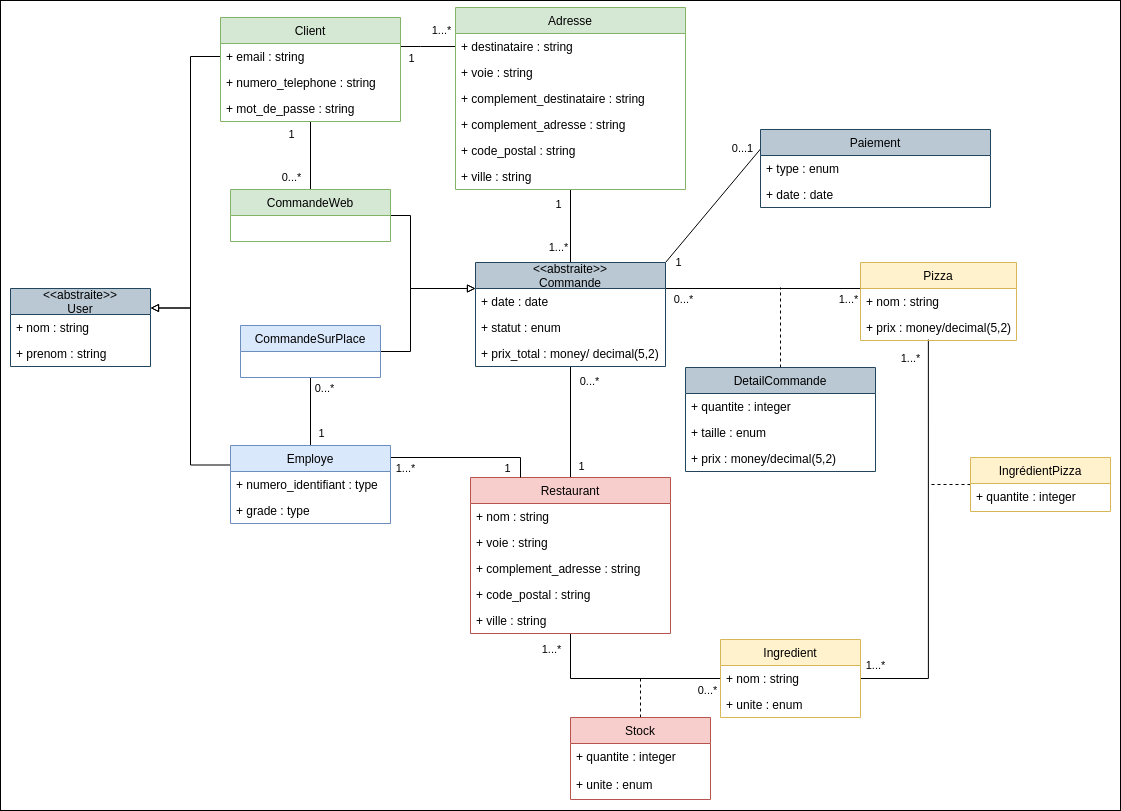
Above: P6_classe.png in micktymoon/P6_pelletier_c-line (draw.io), before the change. Source tidied: cells renumbered, new cells last; positions are measured from the earlier drawing's top-left corner, leaving out a move shared by most shapes.
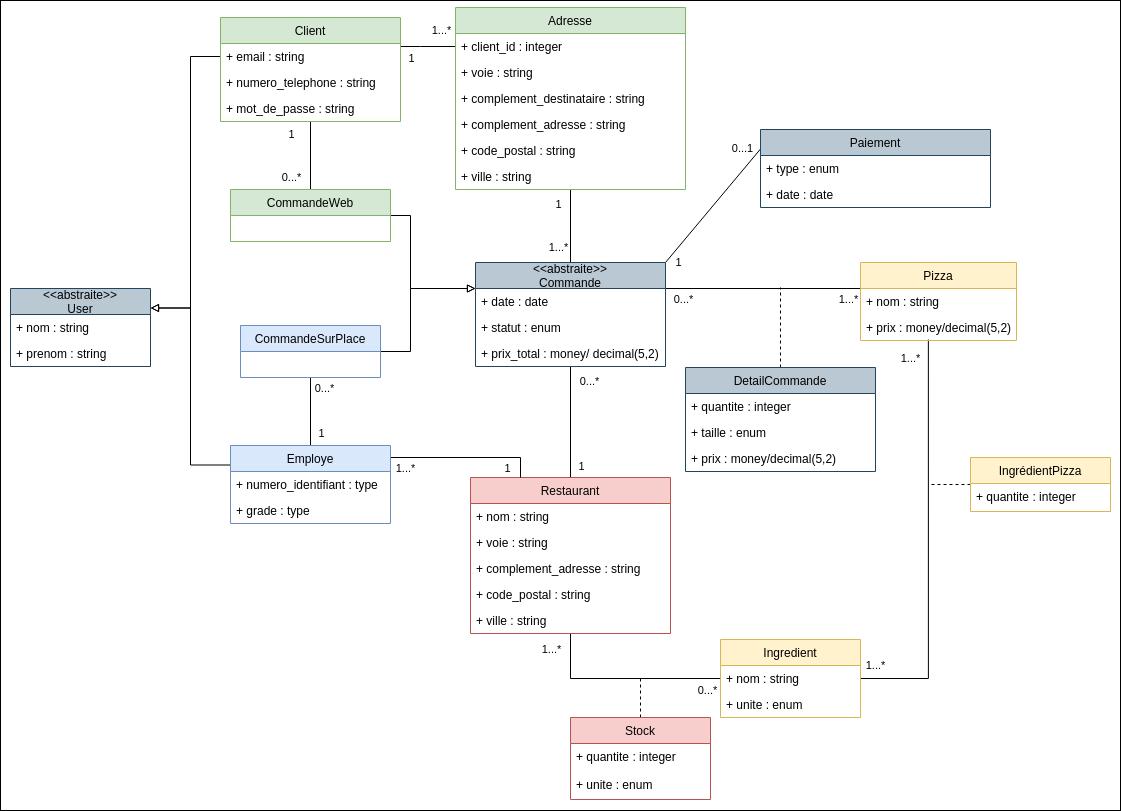
After the change.

Commit message:
diag classe terminé

What changed in the source:
```diff
@@ -151,7 +151,7 @@
     <mxCell id="31" value="Adresse" style="swimlane;fontStyle=0;horizontal=1;startSize=26;fillColor=#d5e8d4;strokeColor=#82b366;" parent="1" vertex="1">
       <mxGeometry x="455" y="7" width="230" height="182" as="geometry" />
     </mxCell>
-    <mxCell id="32" value="+ destinataire : string" style="text;strokeColor=none;fillColor=none;align=left;verticalAlign=top;spacingLeft=4;spacingRight=4;overflow=hidden;points=[[0,0.5],[1,0.5]];portConstraint=eastwest;" parent="31" vertex="1">
+    <mxCell id="32" value="+ client_id : integer" style="text;strokeColor=none;fillColor=none;align=left;verticalAlign=top;spacingLeft=4;spacingRight=4;overflow=hidden;points=[[0,0.5],[1,0.5]];portConstraint=eastwest;" parent="31" vertex="1">
       <mxGeometry y="26" width="230" height="26" as="geometry" />
     </mxCell>
     <mxCell id="33" value="+ voie : string" style="text;strokeColor=none;fillColor=none;align=left;verticalAlign=top;spacingLeft=4;spacingRight=4;overflow=hidden;" parent="31" vertex="1">
```
